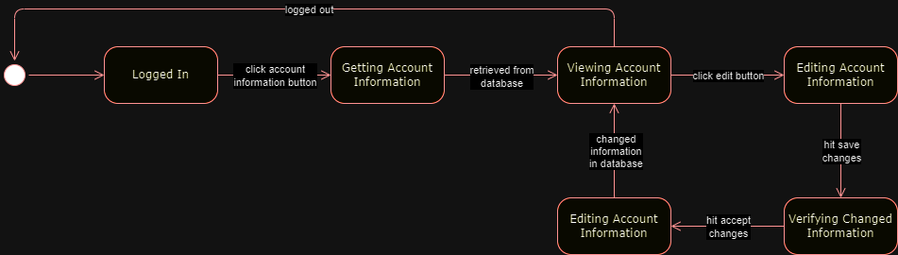
Earlier version of the draw.io export Diagrams/UserViewAccountInfo.png (DeeB313/Intro-To-SE-Group7). Source tidied: cells renumbered, new cells last; positions are measured from the earlier drawing's top-left corner, leaving out a move shared by most shapes.
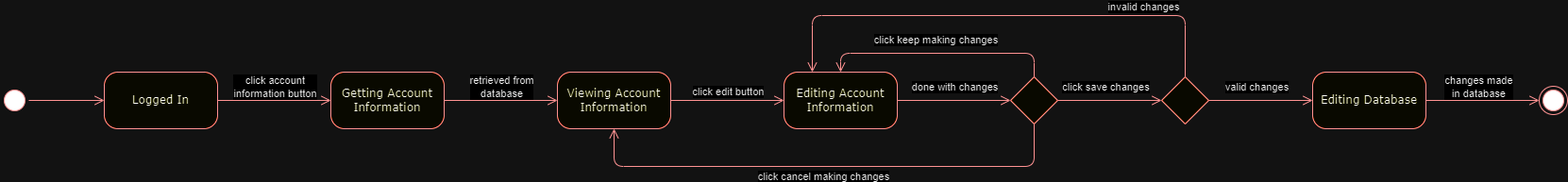
The same diagram one commit later.

What changed in the source:
```diff
@@ -18,60 +18,114 @@
       <mxGeometry relative="1" as="geometry" />
     </mxCell>
     <mxCell id="7" value="click account&lt;br&gt;information button" style="edgeLabel;html=1;align=center;verticalAlign=middle;" parent="6" vertex="1">
-      <mxGeometry relative="1" as="geometry" />
+      <mxGeometry relative="1" as="geometry">
+        <mxPoint y="-15" as="offset" />
+      </mxGeometry>
     </mxCell>
     <mxCell id="8" style="edgeStyle=orthogonalEdgeStyle;html=1;labelBackgroundColor=none;endArrow=open;endSize=8;strokeColor=#ff0000;fontFamily=Verdana;fontSize=12;align=left;exitX=1;exitY=0.5;exitDx=0;exitDy=0;entryX=0;entryY=0.5;entryDx=0;entryDy=0;" parent="1" edge="1" source="5" target="10">
       <mxGeometry relative="1" as="geometry" />
     </mxCell>
     <mxCell id="9" value="click edit button" style="edgeLabel;html=1;align=center;verticalAlign=middle;" parent="8" vertex="1">
-      <mxGeometry relative="1" as="geometry" />
+      <mxGeometry relative="1" as="geometry">
+        <mxPoint y="-10" as="offset" />
+      </mxGeometry>
     </mxCell>
     <mxCell id="10" value="Editing Account Information" style="rounded=1;whiteSpace=wrap;html=1;arcSize=24;fillColor=#ffffc0;strokeColor=#ff0000;shadow=0;comic=0;labelBackgroundColor=none;fontFamily=Verdana;fontSize=12;fontColor=#000000;align=center;" parent="1" vertex="1">
       <mxGeometry x="830" y="40" width="120" height="60" as="geometry" />
     </mxCell>
-    <mxCell id="11" value="Verifying Changed Information" style="rounded=1;whiteSpace=wrap;html=1;arcSize=24;fillColor=#ffffc0;strokeColor=#ff0000;shadow=0;comic=0;labelBackgroundColor=none;fontFamily=Verdana;fontSize=12;fontColor=#000000;align=center;" parent="1" vertex="1">
-      <mxGeometry x="830" y="200" width="120" height="60" as="geometry" />
-    </mxCell>
-    <mxCell id="12" style="edgeStyle=orthogonalEdgeStyle;html=1;labelBackgroundColor=none;endArrow=open;endSize=8;strokeColor=#ff0000;fontFamily=Verdana;fontSize=12;align=left;exitX=0.5;exitY=1;exitDx=0;exitDy=0;entryX=0.5;entryY=0;entryDx=0;entryDy=0;" parent="1" edge="1" source="10" target="11">
-      <mxGeometry relative="1" as="geometry" />
-    </mxCell>
-    <mxCell id="13" value="hit save&lt;br&gt;changes" style="edgeLabel;html=1;align=center;verticalAlign=middle;" parent="12" vertex="1">
-      <mxGeometry relative="1" as="geometry" />
-    </mxCell>
-    <mxCell id="14" style="edgeStyle=orthogonalEdgeStyle;html=1;labelBackgroundColor=none;endArrow=open;endSize=8;strokeColor=#ff0000;fontFamily=Verdana;fontSize=12;align=left;exitX=0;exitY=0.5;exitDx=0;exitDy=0;entryX=1;entryY=0.5;entryDx=0;entryDy=0;" parent="1" edge="1" source="11" target="23">
-      <mxGeometry relative="1" as="geometry" />
-    </mxCell>
-    <mxCell id="15" value="hit accept &lt;br&gt;changes" style="edgeLabel;html=1;align=center;verticalAlign=middle;" parent="14" vertex="1">
-      <mxGeometry relative="1" as="geometry" />
-    </mxCell>
-    <mxCell id="16" style="edgeStyle=orthogonalEdgeStyle;html=1;labelBackgroundColor=none;endArrow=open;endSize=8;strokeColor=#ff0000;fontFamily=Verdana;fontSize=12;align=left;exitX=0.5;exitY=0;exitDx=0;exitDy=0;entryX=0;entryY=0.5;entryDx=0;entryDy=0;" parent="1" edge="1" source="5" target="2">
-      <mxGeometry relative="1" as="geometry">
-        <Array as="points">
-          <mxPoint x="650" />
-          <mxPoint x="15" />
-        </Array>
-      </mxGeometry>
-    </mxCell>
-    <mxCell id="17" value="logged out" style="edgeLabel;html=1;align=center;verticalAlign=middle;" parent="16" vertex="1">
-      <mxGeometry relative="1" as="geometry" />
-    </mxCell>
     <mxCell id="18" style="edgeStyle=orthogonalEdgeStyle;html=1;labelBackgroundColor=none;endArrow=open;endSize=8;strokeColor=#ff0000;fontFamily=Verdana;fontSize=12;align=left;exitX=1;exitY=0.5;exitDx=0;exitDy=0;entryX=0;entryY=0.5;entryDx=0;entryDy=0;" parent="1" edge="1" source="20" target="5">
       <mxGeometry relative="1" as="geometry" />
     </mxCell>
     <mxCell id="19" value="retrieved from&lt;br&gt;database" style="edgeLabel;html=1;align=center;verticalAlign=middle;" parent="18" vertex="1">
-      <mxGeometry y="-1" relative="1" as="geometry" />
+      <mxGeometry y="-1" relative="1" as="geometry">
+        <mxPoint y="-16" as="offset" />
+      </mxGeometry>
     </mxCell>
     <mxCell id="20" value="Getting Account Information" style="rounded=1;whiteSpace=wrap;html=1;arcSize=24;fillColor=#ffffc0;strokeColor=#ff0000;shadow=0;comic=0;labelBackgroundColor=none;fontFamily=Verdana;fontSize=12;fontColor=#000000;align=center;" parent="1" vertex="1">
       <mxGeometry x="350" y="40" width="120" height="60" as="geometry" />
     </mxCell>
-    <mxCell id="21" style="edgeStyle=orthogonalEdgeStyle;html=1;labelBackgroundColor=none;endArrow=open;endSize=8;strokeColor=#ff0000;fontFamily=Verdana;fontSize=12;align=left;exitX=0.5;exitY=0;exitDx=0;exitDy=0;entryX=0.5;entryY=1;entryDx=0;entryDy=0;" parent="1" edge="1" source="23" target="5">
-      <mxGeometry relative="1" as="geometry" />
-    </mxCell>
-    <mxCell id="22" value="changed&lt;br&gt;information&lt;br&gt;in database" style="edgeLabel;html=1;align=center;verticalAlign=middle;" parent="21" vertex="1">
-      <mxGeometry y="-1" relative="1" as="geometry" />
-    </mxCell>
-    <mxCell id="23" value="Editing Account Information" style="rounded=1;whiteSpace=wrap;html=1;arcSize=24;fillColor=#ffffc0;strokeColor=#ff0000;shadow=0;comic=0;labelBackgroundColor=none;fontFamily=Verdana;fontSize=12;fontColor=#000000;align=center;" parent="1" vertex="1">
-      <mxGeometry x="590" y="200" width="120" height="60" as="geometry" />
+    <mxCell id="23" value="Editing Database" style="rounded=1;whiteSpace=wrap;html=1;arcSize=24;fillColor=#ffffc0;strokeColor=#ff0000;shadow=0;comic=0;labelBackgroundColor=none;fontFamily=Verdana;fontSize=12;fontColor=#000000;align=center;" parent="1" vertex="1">
+      <mxGeometry x="1390" y="40" width="120" height="60" as="geometry" />
     </mxCell>
+    <mxCell id="24" style="rhombus;whiteSpace=wrap;html=1;fontColor=#000000;fillColor=#ffffc0;strokeColor=#ff0000;" parent="1" vertex="1">
+      <mxGeometry x="1070" y="45" width="50" height="50" as="geometry" />
+    </mxCell>
+    <mxCell id="25" style="edgeStyle=orthogonalEdgeStyle;html=1;labelBackgroundColor=none;endArrow=open;endSize=8;strokeColor=#ff0000;fontFamily=Verdana;fontSize=12;align=left;exitX=1;exitY=0.5;exitDx=0;exitDy=0;entryX=0;entryY=0.5;entryDx=0;entryDy=0;" parent="1" edge="1" source="10" target="24">
+      <mxGeometry relative="1" as="geometry" />
+    </mxCell>
+    <mxCell id="26" value="done with changes" style="edgeLabel;html=1;align=center;verticalAlign=middle;" parent="25" vertex="1">
+      <mxGeometry relative="1" as="geometry">
+        <mxPoint y="-15" as="offset" />
+      </mxGeometry>
+    </mxCell>
+    <mxCell id="27" style="edgeStyle=orthogonalEdgeStyle;html=1;labelBackgroundColor=none;endArrow=open;endSize=8;strokeColor=#ff0000;fontFamily=Verdana;fontSize=12;align=left;exitX=1;exitY=0.5;exitDx=0;exitDy=0;entryX=0;entryY=0.5;entryDx=0;entryDy=0;" parent="1" edge="1" source="24" target="33">
+      <mxGeometry relative="1" as="geometry" />
+    </mxCell>
+    <mxCell id="28" value="click save changes" style="edgeLabel;html=1;align=center;verticalAlign=middle;" parent="27" vertex="1">
+      <mxGeometry relative="1" as="geometry">
+        <mxPoint x="-5" y="-15" as="offset" />
+      </mxGeometry>
+    </mxCell>
+    <mxCell id="29" style="edgeStyle=orthogonalEdgeStyle;html=1;labelBackgroundColor=none;endArrow=open;endSize=8;strokeColor=#ff0000;fontFamily=Verdana;fontSize=12;align=left;exitX=0.5;exitY=0;exitDx=0;exitDy=0;entryX=0.5;entryY=0;entryDx=0;entryDy=0;" parent="1" edge="1" source="24" target="10">
+      <mxGeometry relative="1" as="geometry">
+        <Array as="points">
+          <mxPoint x="1095" y="20" />
+          <mxPoint x="890" y="20" />
+        </Array>
+      </mxGeometry>
+    </mxCell>
+    <mxCell id="30" value="click keep making changes" style="edgeLabel;html=1;align=center;verticalAlign=middle;" parent="29" vertex="1">
+      <mxGeometry relative="1" as="geometry">
+        <mxPoint x="-5" y="-15" as="offset" />
+      </mxGeometry>
+    </mxCell>
+    <mxCell id="31" style="edgeStyle=orthogonalEdgeStyle;html=1;labelBackgroundColor=none;endArrow=open;endSize=8;strokeColor=#ff0000;fontFamily=Verdana;fontSize=12;align=left;exitX=0.5;exitY=1;exitDx=0;exitDy=0;entryX=0.5;entryY=1;entryDx=0;entryDy=0;" parent="1" edge="1" source="24" target="5">
+      <mxGeometry relative="1" as="geometry">
+        <Array as="points">
+          <mxPoint x="1095" y="140" />
+          <mxPoint x="650" y="140" />
+        </Array>
+      </mxGeometry>
+    </mxCell>
+    <mxCell id="32" value="click cancel making changes" style="edgeLabel;html=1;align=center;verticalAlign=middle;" parent="31" vertex="1">
+      <mxGeometry relative="1" as="geometry">
+        <mxPoint x="-5" y="10" as="offset" />
+      </mxGeometry>
+    </mxCell>
+    <mxCell id="33" style="rhombus;whiteSpace=wrap;html=1;fontColor=#000000;fillColor=#ffffc0;strokeColor=#ff0000;" parent="1" vertex="1">
+      <mxGeometry x="1230" y="45" width="50" height="50" as="geometry" />
+    </mxCell>
+    <mxCell id="34" style="edgeStyle=orthogonalEdgeStyle;html=1;labelBackgroundColor=none;endArrow=open;endSize=8;strokeColor=#ff0000;fontFamily=Verdana;fontSize=12;align=left;exitX=1;exitY=0.5;exitDx=0;exitDy=0;entryX=0;entryY=0.5;entryDx=0;entryDy=0;" parent="1" edge="1" source="33" target="23">
+      <mxGeometry relative="1" as="geometry" />
+    </mxCell>
+    <mxCell id="35" value="valid changes" style="edgeLabel;html=1;align=center;verticalAlign=middle;" parent="34" vertex="1">
+      <mxGeometry relative="1" as="geometry">
+        <mxPoint x="-5" y="-15" as="offset" />
+      </mxGeometry>
+    </mxCell>
+    <mxCell id="36" style="edgeStyle=orthogonalEdgeStyle;html=1;labelBackgroundColor=none;endArrow=open;endSize=8;strokeColor=#ff0000;fontFamily=Verdana;fontSize=12;align=left;exitX=0.5;exitY=0;exitDx=0;exitDy=0;entryX=0.25;entryY=0;entryDx=0;entryDy=0;" parent="1" edge="1" source="33" target="10">
+      <mxGeometry relative="1" as="geometry">
+        <Array as="points">
+          <mxPoint x="1255" y="-20" />
+          <mxPoint x="860" y="-20" />
+        </Array>
+      </mxGeometry>
+    </mxCell>
+    <mxCell id="37" value="invalid changes" style="edgeLabel;html=1;align=center;verticalAlign=middle;" parent="36" vertex="1">
+      <mxGeometry relative="1" as="geometry">
+        <mxPoint x="149" y="-10" as="offset" />
+      </mxGeometry>
+    </mxCell>
+    <mxCell id="38" style="edgeStyle=orthogonalEdgeStyle;html=1;labelBackgroundColor=none;endArrow=open;endSize=8;strokeColor=#ff0000;fontFamily=Verdana;fontSize=12;align=left;exitX=1;exitY=0.5;exitDx=0;exitDy=0;entryX=0;entryY=0.5;entryDx=0;entryDy=0;" parent="1" edge="1" source="23" target="40">
+      <mxGeometry relative="1" as="geometry" />
+    </mxCell>
+    <mxCell id="39" value="changes made&lt;br&gt;in database" style="edgeLabel;html=1;align=center;verticalAlign=middle;" parent="38" vertex="1">
+      <mxGeometry relative="1" as="geometry">
+        <mxPoint x="-5" y="-15" as="offset" />
+      </mxGeometry>
+    </mxCell>
+    <mxCell id="40" style="ellipse;html=1;shape=endState;fillColor=#000000;strokeColor=#ff0000;" parent="1" vertex="1">
+      <mxGeometry x="1630" y="55" width="30" height="30" as="geometry" />
+    </mxCell>
   </root>
 </mxGraphModel>
```
